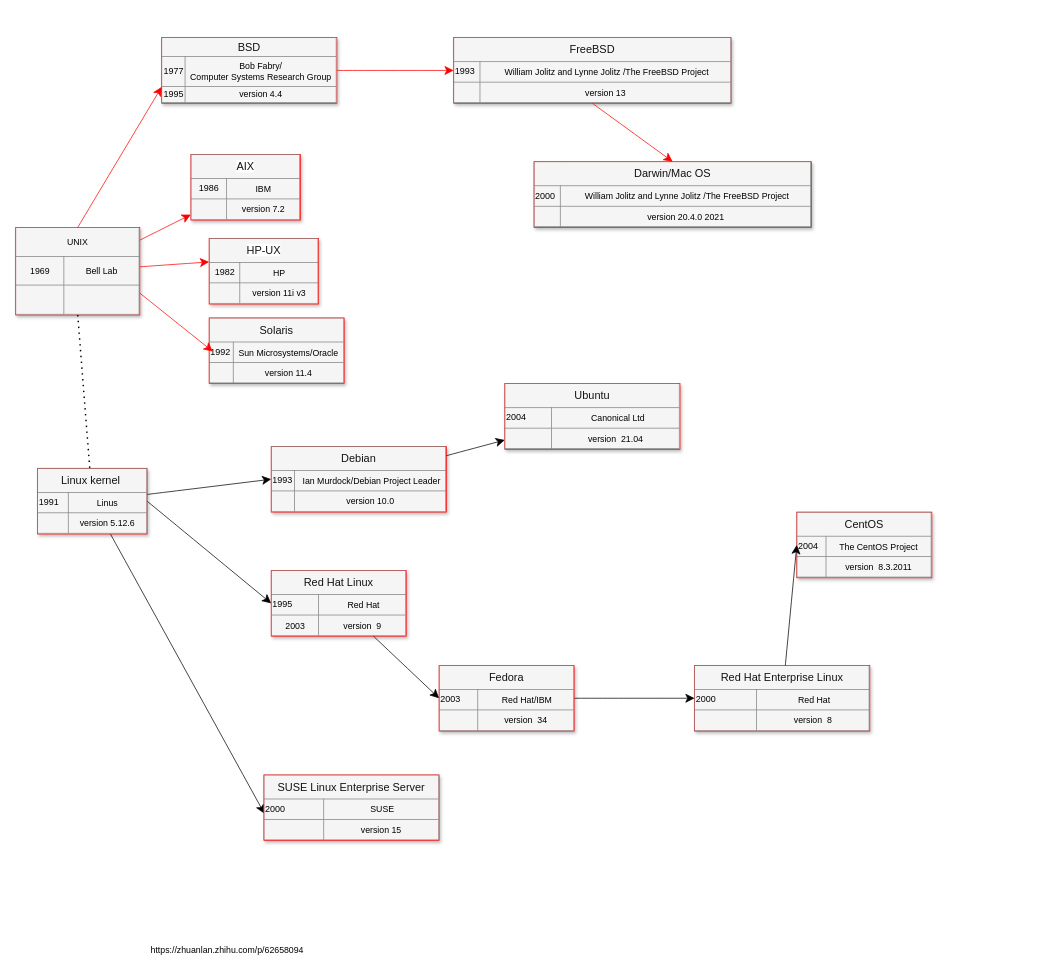
metalbreeze/nixHistory keeps this draw.io diagram as nix history.drawio. Above is the earlier version. Source tidied: cells renumbered, new cells numbered last; positions are measured from the earlier drawing's top-left corner, leaving out a move shared by most shapes. Both pictures are drawn from the tidied source at 73%, with x=0, y=0 at pixel (15, 37).
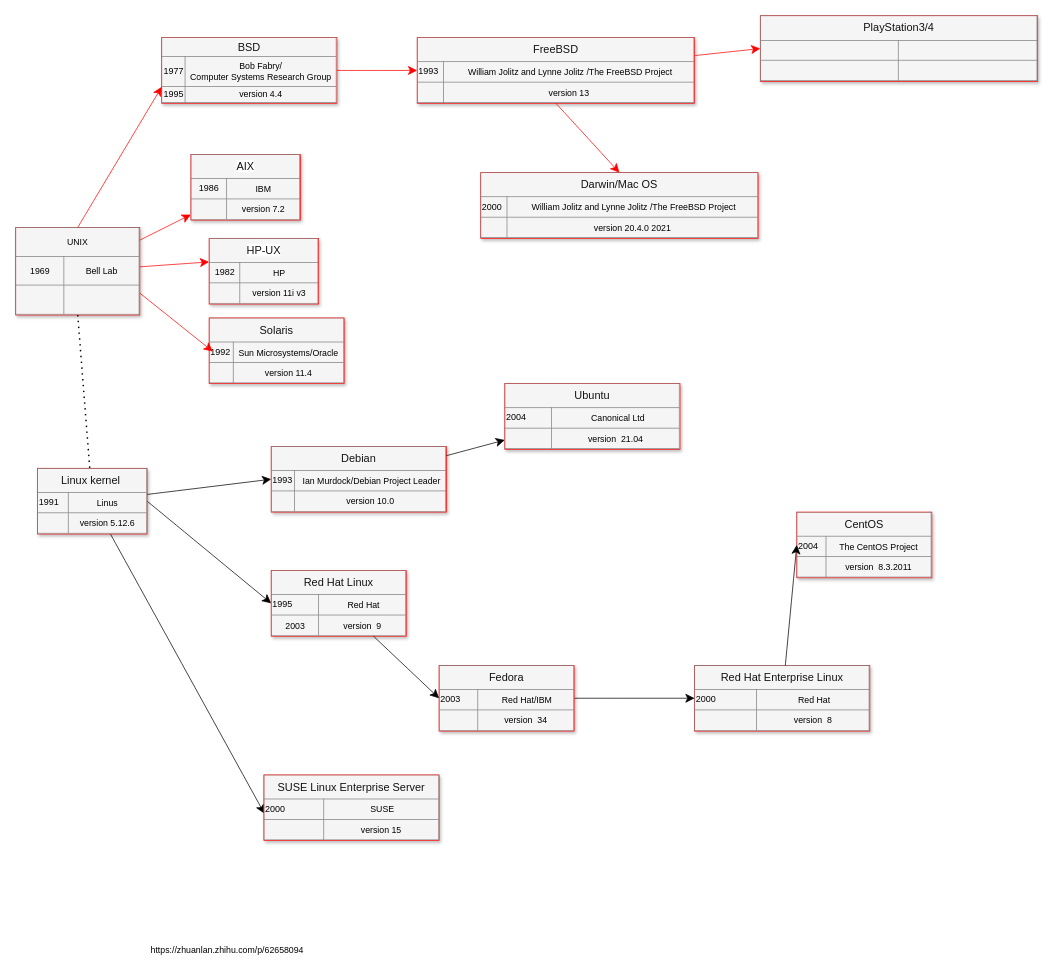
Above is the later version.

Diff of the diagram source:
```diff
@@
     <mxCell id="23" value="&lt;table border=&quot;1&quot; width=&quot;100%&quot; style=&quot;width: 100% ; height: 100% ; border-collapse: collapse&quot;&gt;&lt;tbody&gt;&lt;tr&gt;&lt;td colspan=&quot;2&quot; align=&quot;center&quot;&gt;&lt;font color=&quot;#121212&quot;&gt;&lt;span style=&quot;font-size: 15px&quot;&gt;FreeBSD&lt;/span&gt;&lt;/font&gt;&lt;br&gt;&lt;/td&gt;&lt;/tr&gt;&lt;tr&gt;&lt;td align=&quot;center&quot; style=&quot;text-align: left&quot;&gt;&lt;font face=&quot;sans-serif&quot;&gt;&lt;span style=&quot;font-size: 12.32px&quot;&gt;1993&lt;/span&gt;&lt;/font&gt;&lt;br&gt;&lt;/td&gt;&lt;td align=&quot;center&quot;&gt;&amp;nbsp;William Jolitz and Lynne Jolitz /The FreeBSD Project&lt;br&gt;&lt;/td&gt;&lt;/tr&gt;&lt;tr&gt;&lt;td align=&quot;center&quot;&gt;&lt;br&gt;&lt;/td&gt;&lt;td align=&quot;center&quot;&gt;&lt;font style=&quot;font-size: 12px&quot;&gt;version 13&lt;/font&gt;&lt;/td&gt;&lt;/tr&gt;&lt;/tbody&gt;&lt;/table&gt;" style="text;html=1;strokeColor=#FF0000;fillColor=#f5f5f5;overflow=fill;rounded=0;shadow=1;fontSize=12;align=center;" parent="1" vertex="1">
-      <mxGeometry x="600" width="380" height="90" as="geometry" />
+      <mxGeometry x="550" width="380" height="90" as="geometry" />
     </mxCell>
@@
     <mxCell id="30" value="&lt;table border=&quot;1&quot; width=&quot;100%&quot; style=&quot;width: 100% ; height: 100% ; border-collapse: collapse&quot;&gt;&lt;tbody&gt;&lt;tr&gt;&lt;td colspan=&quot;2&quot; align=&quot;center&quot;&gt;&lt;font color=&quot;#121212&quot;&gt;&lt;span style=&quot;font-size: 15px&quot;&gt;Darwin/Mac OS&lt;/span&gt;&lt;/font&gt;&lt;br&gt;&lt;/td&gt;&lt;/tr&gt;&lt;tr&gt;&lt;td align=&quot;center&quot; style=&quot;text-align: left&quot;&gt;&lt;font face=&quot;sans-serif&quot;&gt;&lt;span style=&quot;font-size: 12.32px&quot;&gt;2000&lt;/span&gt;&lt;/font&gt;&lt;br&gt;&lt;/td&gt;&lt;td align=&quot;center&quot;&gt;&amp;nbsp;William Jolitz and Lynne Jolitz /The FreeBSD Project&lt;br&gt;&lt;/td&gt;&lt;/tr&gt;&lt;tr&gt;&lt;td align=&quot;center&quot;&gt;&lt;br&gt;&lt;/td&gt;&lt;td align=&quot;center&quot;&gt;&lt;font style=&quot;font-size: 12px&quot;&gt;version 20.4.0 2021&lt;/font&gt;&lt;/td&gt;&lt;/tr&gt;&lt;/tbody&gt;&lt;/table&gt;" style="text;html=1;strokeColor=#FF0000;fillColor=#f5f5f5;overflow=fill;rounded=0;shadow=1;fontSize=12;align=center;" parent="1" vertex="1">
-      <mxGeometry x="710" y="170" width="380" height="90" as="geometry" />
+      <mxGeometry x="637" y="185" width="380" height="90" as="geometry" />
     </mxCell>
@@
+    <mxCell id="33" value="&lt;table border=&quot;1&quot; width=&quot;100%&quot; style=&quot;width: 100% ; height: 100% ; border-collapse: collapse&quot;&gt;&lt;tbody&gt;&lt;tr&gt;&lt;td colspan=&quot;2&quot; align=&quot;center&quot;&gt;&lt;font color=&quot;#121212&quot;&gt;&lt;span style=&quot;font-size: 15px&quot;&gt;PlayStation3/4&lt;/span&gt;&lt;/font&gt;&lt;br&gt;&lt;/td&gt;&lt;/tr&gt;&lt;tr&gt;&lt;td align=&quot;center&quot; style=&quot;text-align: left&quot;&gt;&lt;/td&gt;&lt;td align=&quot;center&quot;&gt;&lt;br&gt;&lt;/td&gt;&lt;/tr&gt;&lt;tr&gt;&lt;td align=&quot;center&quot;&gt;&lt;br&gt;&lt;/td&gt;&lt;td align=&quot;center&quot;&gt;&lt;br&gt;&lt;/td&gt;&lt;/tr&gt;&lt;/tbody&gt;&lt;/table&gt;" style="text;html=1;strokeColor=#FF0000;fillColor=#f5f5f5;overflow=fill;rounded=0;shadow=1;fontSize=12;align=center;" parent="1" vertex="1">
+      <mxGeometry x="1020" y="-30" width="380" height="90" as="geometry" />
+    </mxCell>
+    <mxCell id="34" style="edgeStyle=none;curved=1;html=1;startSize=10;endArrow=classic;endFill=1;endSize=10;strokeColor=#FF0000;strokeWidth=1;fontSize=12;entryX=0;entryY=0.5;entryDx=0;entryDy=0;" parent="1" edge="1" source="23" target="33">
+      <mxGeometry relative="1" as="geometry" />
+    </mxCell>
```
